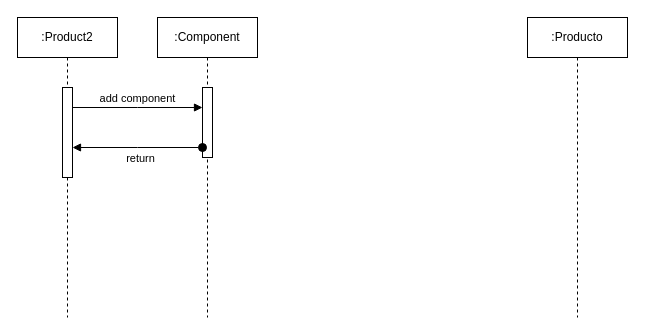
Before: Componentes.drawio in TecladoZurdo/UML, a draw.io diagram. Source tidied: cells renumbered, new cells numbered last; positions are measured from the earlier drawing's top-left corner, leaving out a move shared by most shapes. Both pictures are drawn from the tidied source at 100%, with x=0, y=0 at pixel (17, 17).
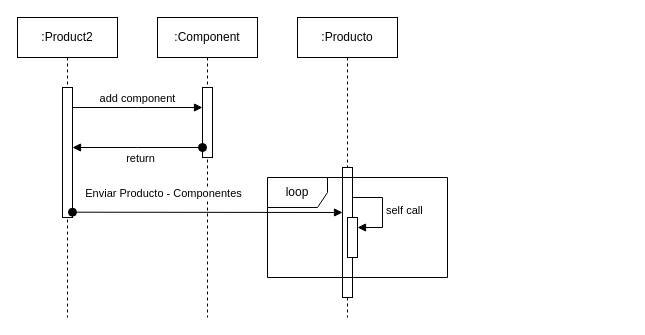
The same page after the edit.

The edit, as a diff of the source:
```diff
@@
 <mxGraphModel>
   <root>
     <mxCell id="0" />
     <mxCell id="1" parent="0" />
     <mxCell id="2" value=":Product2" style="shape=umlLifeline;perimeter=lifelinePerimeter;whiteSpace=wrap;html=1;newEdgeStyle={&quot;edgeStyle&quot;:&quot;elbowEdgeStyle&quot;,&quot;elbow&quot;:&quot;vertical&quot;,&quot;curved&quot;:0,&quot;rounded&quot;:0};" parent="1" vertex="1">
       <mxGeometry width="100" height="300" as="geometry" />
     </mxCell>
     <mxCell id="3" style="html=1;points=[];perimeter=orthogonalPerimeter;outlineConnect=0;targetShapes=umlLifeline;portConstraint=eastwest;newEdgeStyle={&quot;edgeStyle&quot;:&quot;elbowEdgeStyle&quot;,&quot;elbow&quot;:&quot;vertical&quot;,&quot;curved&quot;:0,&quot;rounded&quot;:0};" parent="2" vertex="1">
-      <mxGeometry x="45" y="70" width="10" height="90" as="geometry" />
+      <mxGeometry x="45" y="70" width="10" height="130" as="geometry" />
     </mxCell>
     <mxCell id="4" value=":Producto" style="shape=umlLifeline;perimeter=lifelinePerimeter;whiteSpace=wrap;html=1;newEdgeStyle={&quot;edgeStyle&quot;:&quot;elbowEdgeStyle&quot;,&quot;elbow&quot;:&quot;vertical&quot;,&quot;curved&quot;:0,&quot;rounded&quot;:0};" parent="1" vertex="1">
-      <mxGeometry x="510" width="100" height="300" as="geometry" />
+      <mxGeometry x="280" width="100" height="300" as="geometry" />
     </mxCell>
+    <mxCell id="9" style="html=1;perimeter=orthogonalPerimeter;targetShapes=umlLifeline;newEdgeStyle={&quot;edgeStyle&quot;:&quot;elbowEdgeStyle&quot;,&quot;elbow&quot;:&quot;vertical&quot;,&quot;curved&quot;:0,&quot;rounded&quot;:0};" parent="4" vertex="1">
+      <mxGeometry x="45" y="150" width="10" height="130" as="geometry" />
+    </mxCell>
     <mxCell id="5" value=":Component" style="shape=umlLifeline;perimeter=lifelinePerimeter;whiteSpace=wrap;html=1;newEdgeStyle={&quot;edgeStyle&quot;:&quot;elbowEdgeStyle&quot;,&quot;elbow&quot;:&quot;vertical&quot;,&quot;curved&quot;:0,&quot;rounded&quot;:0};" parent="1" vertex="1">
       <mxGeometry x="140" width="100" height="300" as="geometry" />
     </mxCell>
     <mxCell id="6" style="html=1;perimeter=orthogonalPerimeter;targetShapes=umlLifeline;newEdgeStyle={&quot;edgeStyle&quot;:&quot;elbowEdgeStyle&quot;,&quot;elbow&quot;:&quot;vertical&quot;,&quot;curved&quot;:0,&quot;rounded&quot;:0};" parent="5" vertex="1">
       <mxGeometry x="45" y="70" width="10" height="70" as="geometry" />
     </mxCell>
     <mxCell id="7" value="add component" style="html=1;verticalAlign=bottom;endArrow=block;edgeStyle=elbowEdgeStyle;elbow=vertical;curved=0;rounded=0;" parent="1" edge="1">
       <mxGeometry relative="1" as="geometry">
         <mxPoint x="55" y="90" as="sourcePoint" />
         <mxPoint x="185" y="90" as="targetPoint" />
       </mxGeometry>
     </mxCell>
     <mxCell id="8" value="return" style="html=1;verticalAlign=bottom;startArrow=oval;startFill=1;endArrow=block;startSize=8;edgeStyle=elbowEdgeStyle;elbow=vertical;curved=0;rounded=0;" parent="1" edge="1" target="3">
       <mxGeometry x="-0.04" y="20" relative="1" as="geometry">
         <mxPoint x="185" y="130" as="sourcePoint" />
       </mxGeometry>
     </mxCell>
+    <mxCell id="10" value="Enviar Producto - Componentes" style="html=1;verticalAlign=bottom;startArrow=oval;startFill=1;endArrow=block;startSize=8;edgeStyle=elbowEdgeStyle;elbow=vertical;curved=0;rounded=0;" parent="1" edge="1">
+      <mxGeometry x="-0.33" y="10" relative="1" as="geometry">
+        <mxPoint x="55" y="194.7" as="sourcePoint" />
+        <mxPoint x="325" y="194.9" as="targetPoint" />
+      </mxGeometry>
+    </mxCell>
+    <mxCell id="11" value="loop" style="shape=umlFrame;whiteSpace=wrap;html=1;" parent="1" vertex="1">
+      <mxGeometry x="250" y="160" width="180" height="100" as="geometry" />
+    </mxCell>
+    <mxCell id="12" style="html=1;points=[];perimeter=orthogonalPerimeter;outlineConnect=0;targetShapes=umlLifeline;portConstraint=eastwest;newEdgeStyle={&quot;edgeStyle&quot;:&quot;elbowEdgeStyle&quot;,&quot;elbow&quot;:&quot;vertical&quot;,&quot;curved&quot;:0,&quot;rounded&quot;:0};" parent="1" vertex="1">
+      <mxGeometry x="330" y="200" width="10" height="40" as="geometry" />
+    </mxCell>
+    <mxCell id="13" value="self call" style="html=1;align=left;spacingLeft=2;endArrow=block;rounded=0;edgeStyle=orthogonalEdgeStyle;curved=0;rounded=0;" parent="1" edge="1" target="12">
+      <mxGeometry relative="1" as="geometry">
+        <mxPoint x="335" y="180" as="sourcePoint" />
+        <Array as="points">
+          <mxPoint x="365" y="210" />
+        </Array>
+      </mxGeometry>
+    </mxCell>
   </root>
 </mxGraphModel>
```
